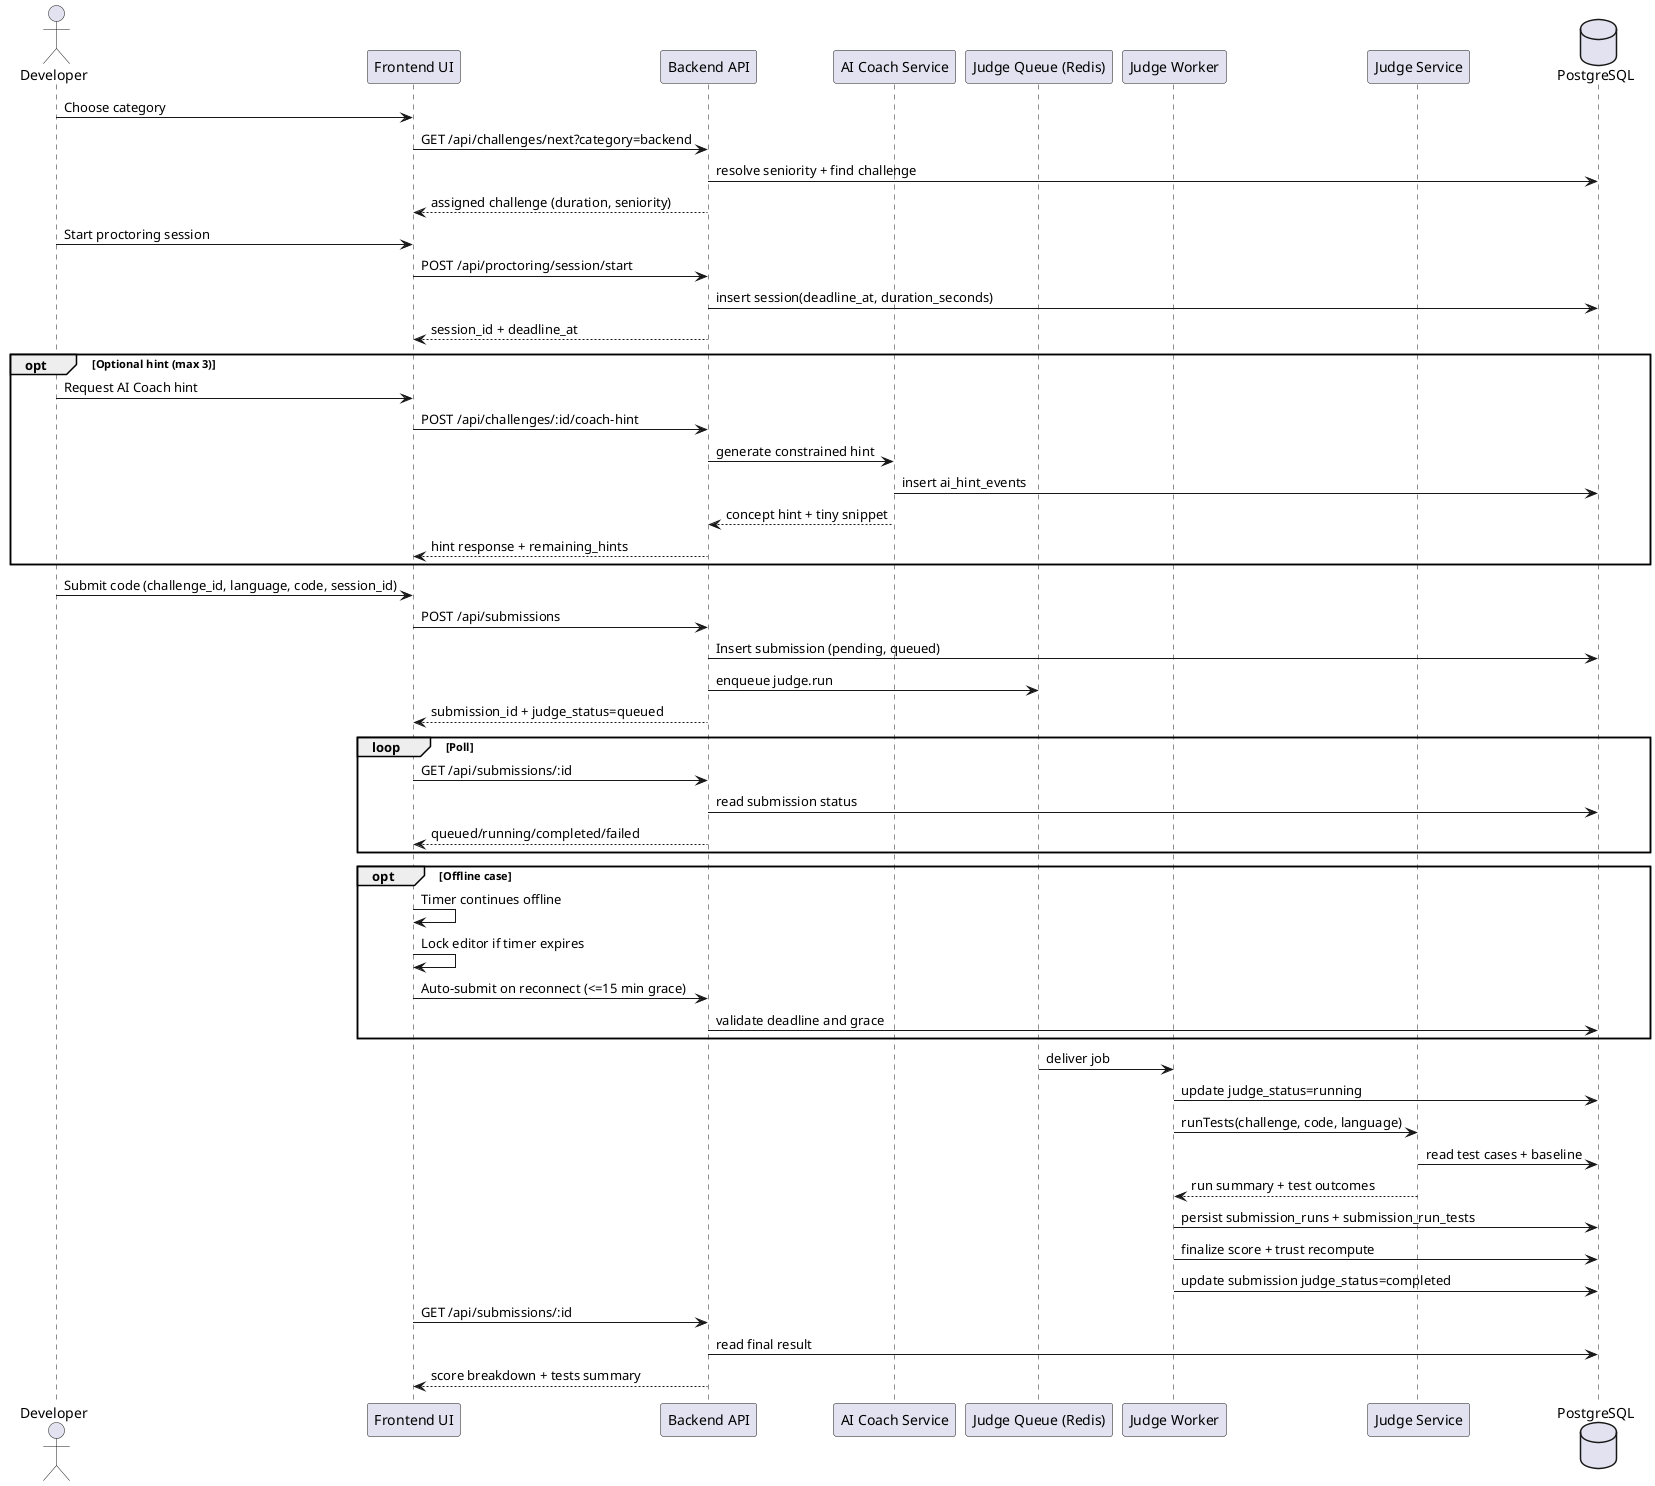
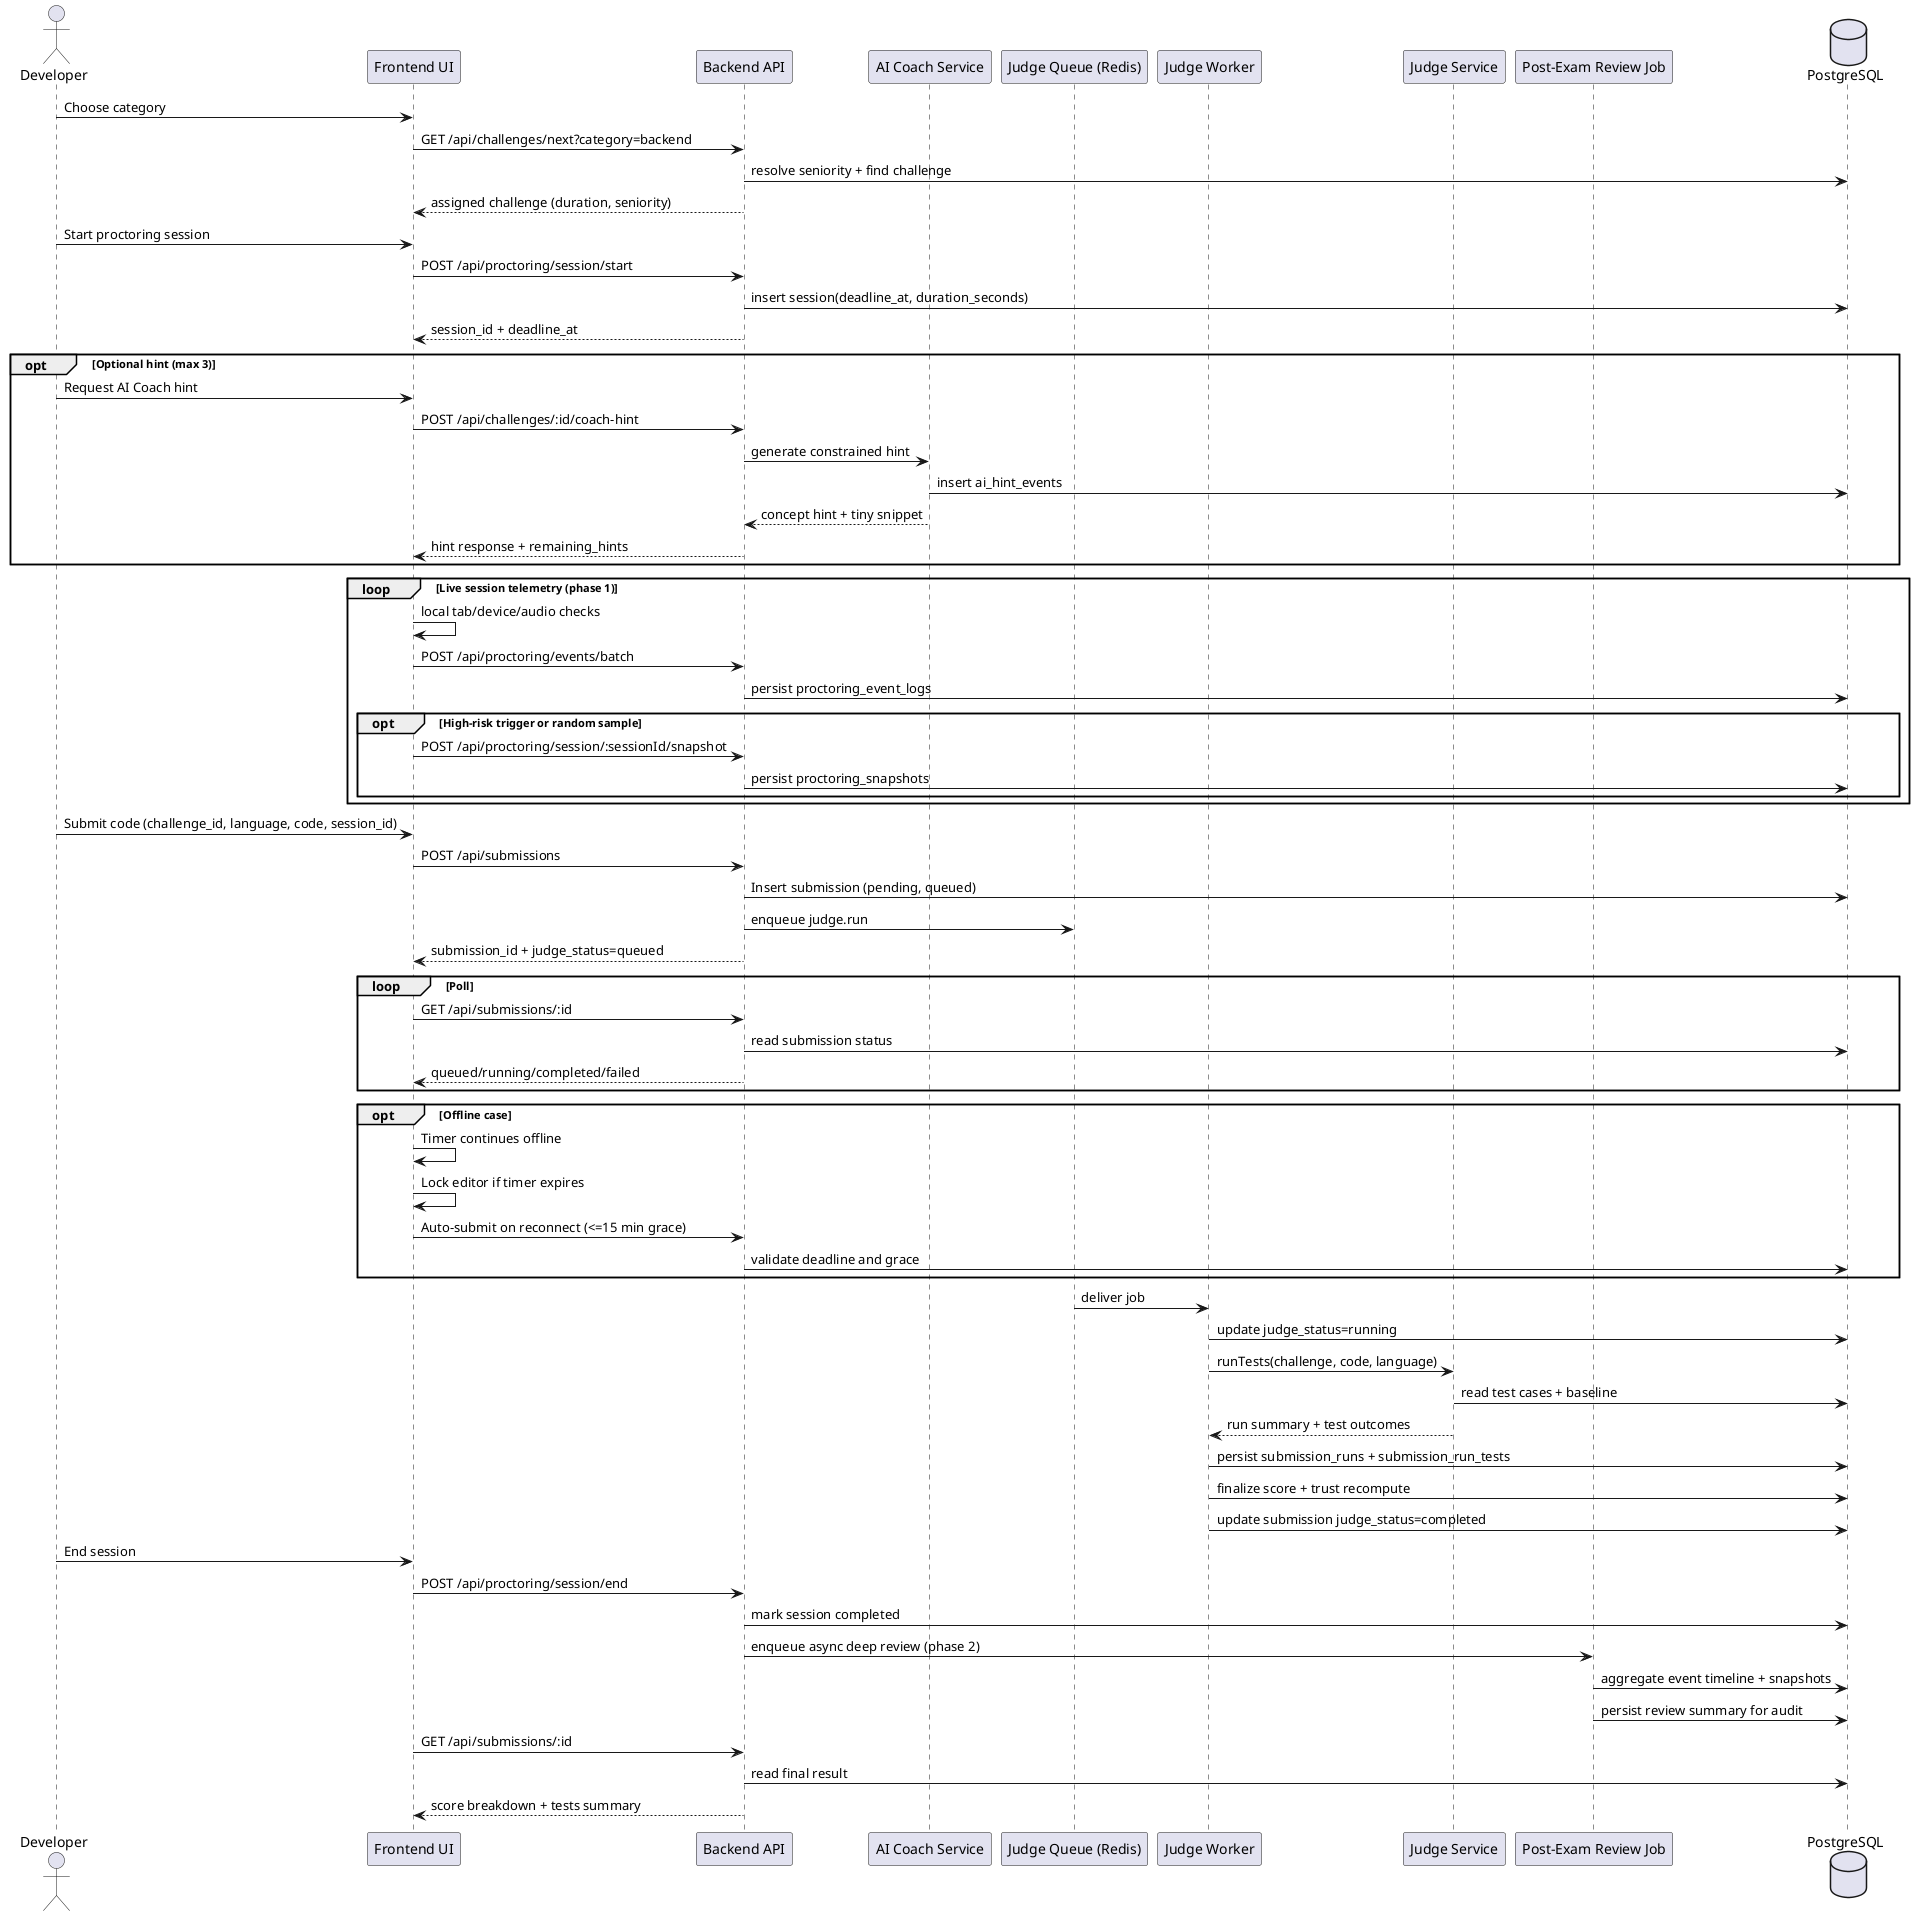
@startuml
actor Developer
participant "Frontend UI" as FE
participant "Backend API" as API
participant "AI Coach Service" as Coach
participant "Judge Queue (Redis)" as Q
participant "Judge Worker" as W
participant "Judge Service" as J
+ participant "Post-Exam Review Job" as Review
database "PostgreSQL" as DB

Developer -> FE: Choose category
FE -> API: GET /api/challenges/next?category=backend
API -> DB: resolve seniority + find challenge
API --> FE: assigned challenge (duration, seniority)

Developer -> FE: Start proctoring session
FE -> API: POST /api/proctoring/session/start
API -> DB: insert session(deadline_at, duration_seconds)
API --> FE: session_id + deadline_at

opt Optional hint (max 3)
  Developer -> FE: Request AI Coach hint
  FE -> API: POST /api/challenges/:id/coach-hint
  API -> Coach: generate constrained hint
  Coach -> DB: insert ai_hint_events
  Coach --> API: concept hint + tiny snippet
  API --> FE: hint response + remaining_hints
+ end
+ 
+ loop Live session telemetry (phase 1)
+   FE -> FE: local tab/device/audio checks
+   FE -> API: POST /api/proctoring/events/batch
+   API -> DB: persist proctoring_event_logs
+   opt High-risk trigger or random sample
+     FE -> API: POST /api/proctoring/session/:sessionId/snapshot
+     API -> DB: persist proctoring_snapshots
+   end
end

Developer -> FE: Submit code (challenge_id, language, code, session_id)
FE -> API: POST /api/submissions
API -> DB: Insert submission (pending, queued)
API -> Q: enqueue judge.run
API --> FE: submission_id + judge_status=queued

loop Poll
  FE -> API: GET /api/submissions/:id
  API -> DB: read submission status
  API --> FE: queued/running/completed/failed
end

opt Offline case
  FE -> FE: Timer continues offline
  FE -> FE: Lock editor if timer expires
  FE -> API: Auto-submit on reconnect (<=15 min grace)
  API -> DB: validate deadline and grace
end

Q -> W: deliver job
W -> DB: update judge_status=running
W -> J: runTests(challenge, code, language)
J -> DB: read test cases + baseline
J --> W: run summary + test outcomes
W -> DB: persist submission_runs + submission_run_tests
W -> DB: finalize score + trust recompute
W -> DB: update submission judge_status=completed

+ Developer -> FE: End session
+ FE -> API: POST /api/proctoring/session/end
+ API -> DB: mark session completed
+ API -> Review: enqueue async deep review (phase 2)
+ Review -> DB: aggregate event timeline + snapshots
+ Review -> DB: persist review summary for audit
+ 
FE -> API: GET /api/submissions/:id
API -> DB: read final result
API --> FE: score breakdown + tests summary
@enduml
